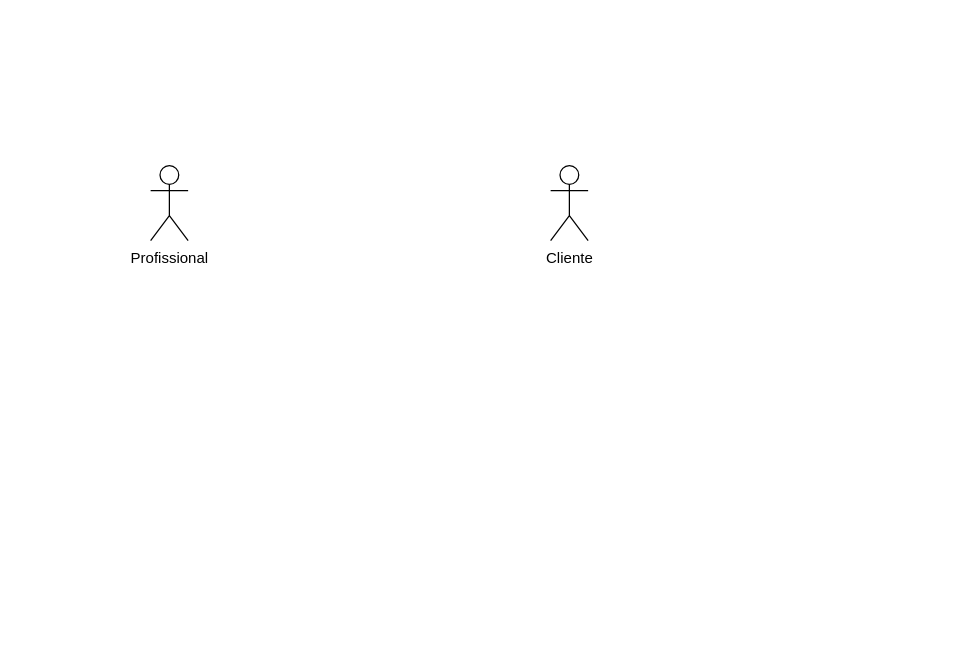
Above: 2 - Atividades de Design/2.1 Estilo arquitetural/Diagrama de caso de uso.drawio in GustavoAntunesRocha/ASW-SI-2020-1-Voluntarios (draw.io), before the change. Source tidied: cells renumbered, new cells numbered last; positions are measured from the earlier drawing's top-left corner, leaving out a move shared by most shapes. Both pictures are drawn from the tidied source at 125%, with x=0, y=0 at pixel (150, 165).
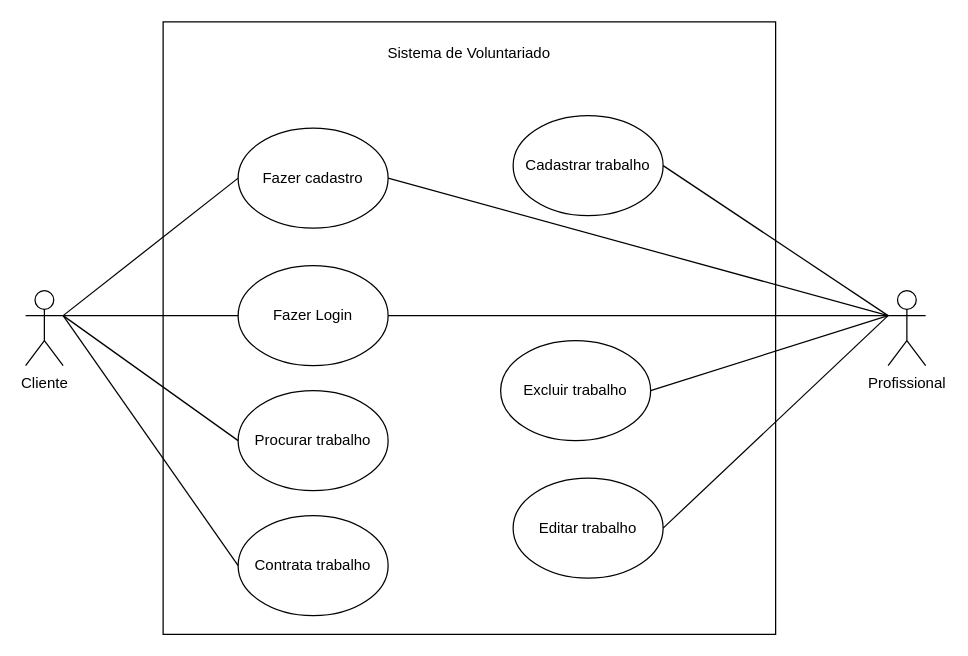
After the change.

The edit, as a diff of the source:
```diff
@@
-    <mxCell id="2" value="Profissional" style="shape=umlActor;verticalLabelPosition=bottom;verticalAlign=top;html=1;outlineConnect=0;" parent="1" vertex="1">
-      <mxGeometry width="30" height="60" as="geometry" />
+    <mxCell id="2" value="Profissional&lt;br&gt;" style="shape=umlActor;verticalLabelPosition=bottom;verticalAlign=top;html=1;outlineConnect=0;" parent="1" vertex="1">
+      <mxGeometry x="590" y="100" width="30" height="60" as="geometry" />
     </mxCell>
     <mxCell id="3" value="Cliente" style="shape=umlActor;verticalLabelPosition=bottom;verticalAlign=top;html=1;outlineConnect=0;" parent="1" vertex="1">
-      <mxGeometry x="320" width="30" height="60" as="geometry" />
+      <mxGeometry x="-100" y="100" width="30" height="60" as="geometry" />
     </mxCell>
+    <mxCell id="4" style="whiteSpace=wrap;html=1;" parent="1" vertex="1">
+      <mxGeometry x="10" y="-115" width="490" height="490" as="geometry" />
+    </mxCell>
+    <mxCell id="5" value="Sistema de Voluntariado" style="text;html=1;strokeColor=none;fillColor=none;align=center;verticalAlign=middle;whiteSpace=wrap;rounded=0;" parent="1" vertex="1">
+      <mxGeometry x="115" y="-100" width="280" height="20" as="geometry" />
+    </mxCell>
+    <mxCell id="6" value="Fazer cadastro" style="ellipse;whiteSpace=wrap;html=1;" parent="1" vertex="1">
+      <mxGeometry x="70" y="-30" width="120" height="80" as="geometry" />
+    </mxCell>
+    <mxCell id="7" value="Fazer Login" style="ellipse;whiteSpace=wrap;html=1;" parent="1" vertex="1">
+      <mxGeometry x="70" y="80" width="120" height="80" as="geometry" />
+    </mxCell>
+    <mxCell id="8" value="Procurar trabalho" style="ellipse;whiteSpace=wrap;html=1;" parent="1" vertex="1">
+      <mxGeometry x="70" y="180" width="120" height="80" as="geometry" />
+    </mxCell>
+    <mxCell id="9" value="Cadastrar trabalho" style="ellipse;whiteSpace=wrap;html=1;" parent="1" vertex="1">
+      <mxGeometry x="290" y="-40" width="120" height="80" as="geometry" />
+    </mxCell>
+    <mxCell id="10" value="Excluir trabalho" style="ellipse;whiteSpace=wrap;html=1;" parent="1" vertex="1">
+      <mxGeometry x="280" y="140" width="120" height="80" as="geometry" />
+    </mxCell>
+    <mxCell id="11" style="endArrow=none;html=1;exitX=1;exitY=0.3333333333333333;exitDx=0;exitDy=0;exitPerimeter=0;entryX=0;entryY=0.5;entryDx=0;entryDy=0;" parent="1" edge="1" source="3" target="6">
+      <mxGeometry relative="1" as="geometry" />
+    </mxCell>
+    <mxCell id="12" style="endArrow=none;html=1;exitX=1;exitY=0.3333333333333333;exitDx=0;exitDy=0;exitPerimeter=0;entryX=0;entryY=0.5;entryDx=0;entryDy=0;" parent="1" edge="1" source="3" target="7">
+      <mxGeometry relative="1" as="geometry" />
+    </mxCell>
+    <mxCell id="13" style="endArrow=none;html=1;entryX=0;entryY=0.5;entryDx=0;entryDy=0;exitX=1;exitY=0.3333333333333333;exitDx=0;exitDy=0;exitPerimeter=0;" parent="1" edge="1" source="3" target="8">
+      <mxGeometry relative="1" as="geometry" />
+    </mxCell>
+    <mxCell id="14" style="endArrow=none;html=1;exitX=1;exitY=0.5;exitDx=0;exitDy=0;entryX=0;entryY=0.3333333333333333;entryDx=0;entryDy=0;entryPerimeter=0;" parent="1" edge="1" source="10" target="2">
+      <mxGeometry relative="1" as="geometry" />
+    </mxCell>
+    <mxCell id="15" style="endArrow=none;html=1;exitX=1;exitY=0.5;exitDx=0;exitDy=0;entryX=0;entryY=0.3333333333333333;entryDx=0;entryDy=0;entryPerimeter=0;" parent="1" edge="1" source="9" target="2">
+      <mxGeometry relative="1" as="geometry" />
+    </mxCell>
+    <mxCell id="16" style="endArrow=none;html=1;exitX=1;exitY=0.5;exitDx=0;exitDy=0;entryX=0;entryY=0.3333333333333333;entryDx=0;entryDy=0;entryPerimeter=0;" parent="1" edge="1" source="7" target="2">
+      <mxGeometry relative="1" as="geometry" />
+    </mxCell>
+    <mxCell id="17" style="endArrow=none;html=1;exitX=1;exitY=0.5;exitDx=0;exitDy=0;entryX=0;entryY=0.3333333333333333;entryDx=0;entryDy=0;entryPerimeter=0;" parent="1" edge="1" source="6" target="2">
+      <mxGeometry relative="1" as="geometry" />
+    </mxCell>
+    <mxCell id="18" value="Editar trabalho" style="ellipse;whiteSpace=wrap;html=1;" parent="1" vertex="1">
+      <mxGeometry x="290" y="250" width="120" height="80" as="geometry" />
+    </mxCell>
+    <mxCell id="19" style="endArrow=none;html=1;exitX=1;exitY=0.5;exitDx=0;exitDy=0;entryX=0;entryY=0.3333333333333333;entryDx=0;entryDy=0;entryPerimeter=0;" parent="1" edge="1" source="18" target="2">
+      <mxGeometry relative="1" as="geometry" />
+    </mxCell>
+    <mxCell id="20" value="Contrata trabalho" style="ellipse;whiteSpace=wrap;html=1;" parent="1" vertex="1">
+      <mxGeometry x="70" y="280" width="120" height="80" as="geometry" />
+    </mxCell>
+    <mxCell id="21" style="endArrow=none;html=1;entryX=0;entryY=0.5;entryDx=0;entryDy=0;exitX=1;exitY=0.3333333333333333;exitDx=0;exitDy=0;exitPerimeter=0;" parent="1" edge="1" source="3" target="20">
+      <mxGeometry relative="1" as="geometry" />
+    </mxCell>
```
